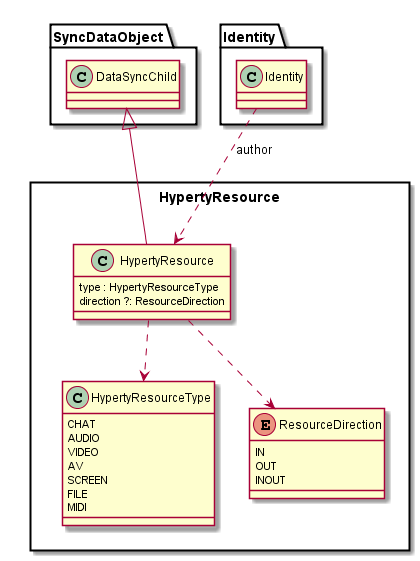
Earlier version of the PlantUML export docs/datamodel/data-objects/communication/Hyperty-Resource-Data-Object-Model.png (reTHINK-project/dev-service-framework).
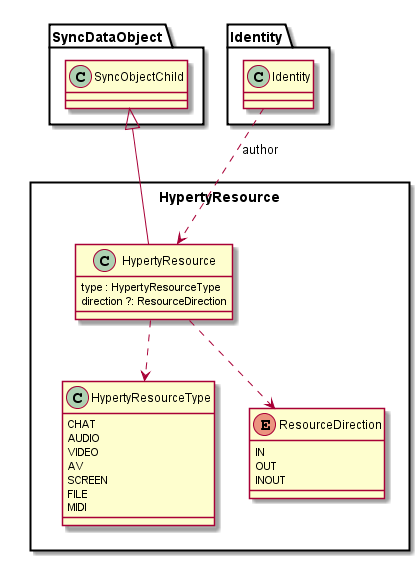
After the change.

Change to the diagram source:
```diff
@@ -23,7 +23,7 @@
 		INOUT
 	}
 
-	HypertyResource -up-|> SyncDataObject.DataSyncChild
+	HypertyResource -up-|> SyncDataObject.SyncObjectChild
 	HypertyResource ..> HypertyResourceType
 	HypertyResource ..> ResourceDirection
 	Identity.Identity ..> HypertyResource: author
```
